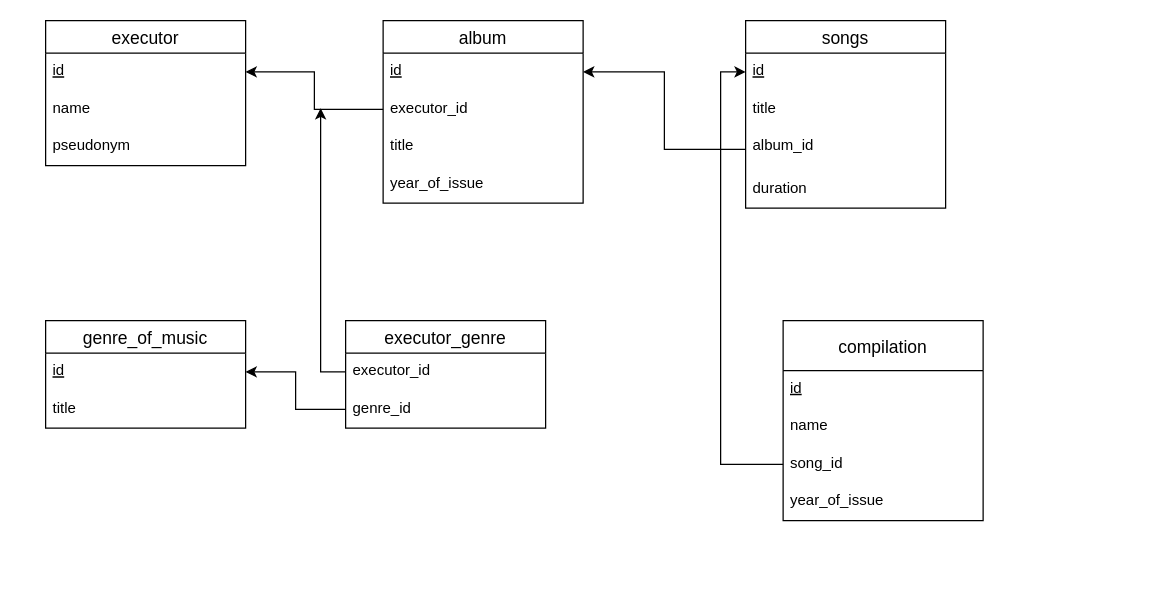
Before: DataBaseHomeWork.drawio in NDmitriyA/SQL_HW, a draw.io diagram. Source tidied: cells renumbered, new cells numbered last; positions are measured from the earlier drawing's top-left corner, leaving out a move shared by most shapes. Both pictures are drawn from the tidied source at 125%, with x=0, y=0 at pixel (45, 20).
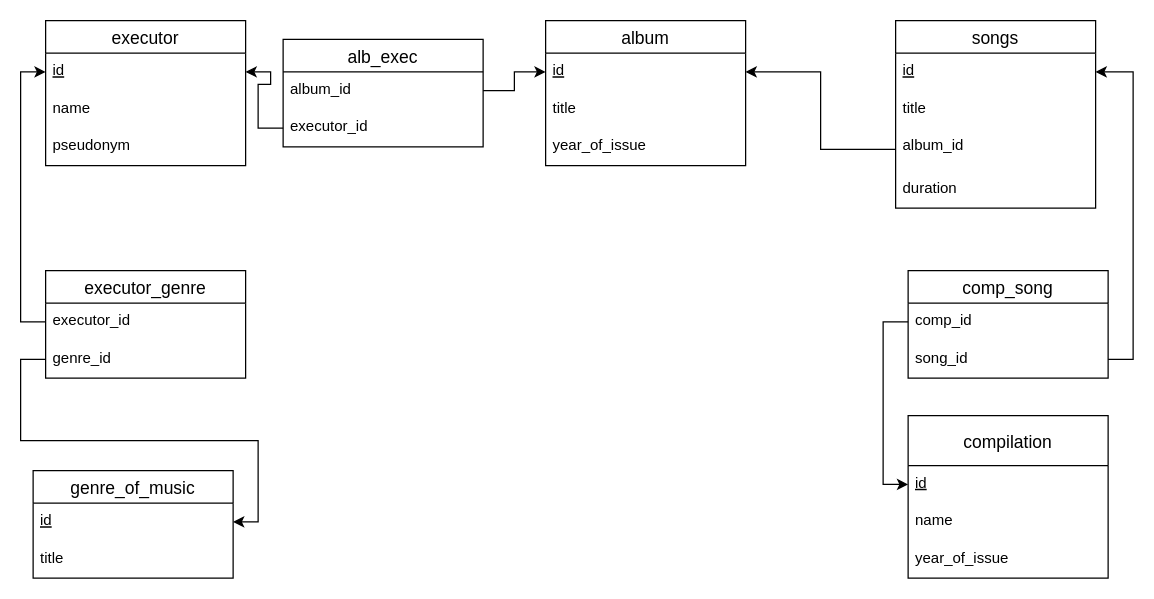
The same diagram, later.

Unchanged cells that the change refers to:
```xml
<mxCell id="3" value="id" style="text;strokeColor=none;fillColor=none;spacingLeft=4;spacingRight=4;overflow=hidden;points=[[0,0.5],[1,0.5]];portConstraint=eastwest;fontSize=12;fontStyle=4;" parent="2" vertex="1">
  <mxGeometry y="26" width="160" height="30" as="geometry" />
</mxCell>
<mxCell id="7" value="id" style="text;strokeColor=none;fillColor=none;spacingLeft=4;spacingRight=4;overflow=hidden;points=[[0,0.5],[1,0.5]];portConstraint=eastwest;fontSize=12;fontStyle=4;" parent="6" vertex="1">
  <mxGeometry y="26" width="160" height="30" as="geometry" />
</mxCell>
<mxCell id="13" value="id" style="text;strokeColor=none;fillColor=none;spacingLeft=4;spacingRight=4;overflow=hidden;points=[[0,0.5],[1,0.5]];portConstraint=eastwest;fontSize=12;fontStyle=4;" parent="12" vertex="1">
  <mxGeometry y="26" width="160" height="30" as="geometry" />
</mxCell>
<mxCell id="15" value="album_id" style="text;strokeColor=none;fillColor=none;spacingLeft=4;spacingRight=4;overflow=hidden;points=[[0,0.5],[1,0.5]];portConstraint=eastwest;fontSize=12;" parent="12" vertex="1">
  <mxGeometry y="86" width="160" height="34" as="geometry" />
</mxCell>
<mxCell id="22" value="id" style="text;strokeColor=none;fillColor=none;spacingLeft=4;spacingRight=4;overflow=hidden;points=[[0,0.5],[1,0.5]];portConstraint=eastwest;fontSize=12;fontStyle=4;" parent="21" vertex="1">
  <mxGeometry y="40" width="160" height="30" as="geometry" />
</mxCell>
<mxCell id="28" value="executor_id" style="text;strokeColor=none;fillColor=none;spacingLeft=4;spacingRight=4;overflow=hidden;points=[[0,0.5],[1,0.5]];portConstraint=eastwest;fontSize=12;" parent="27" vertex="1">
  <mxGeometry y="26" width="160" height="30" as="geometry" />
</mxCell>
```

Change to the diagram source:
```diff
@@
     <mxCell id="6" value="album" style="swimlane;fontStyle=0;horizontal=1;startSize=26;align=center;fontSize=14;" parent="1" vertex="1">
-      <mxGeometry x="270" width="160" height="146" as="geometry" />
+      <mxGeometry x="400" width="160" height="116" as="geometry" />
     </mxCell>
@@
-    <mxCell id="8" value="executor_id" style="text;strokeColor=none;fillColor=none;spacingLeft=4;spacingRight=4;overflow=hidden;points=[[0,0.5],[1,0.5]];portConstraint=eastwest;fontSize=12;" parent="6" vertex="1">
-      <mxGeometry y="56" width="160" height="30" as="geometry" />
-    </mxCell>
     <mxCell id="9" value="title" style="text;strokeColor=none;fillColor=none;spacingLeft=4;spacingRight=4;overflow=hidden;fontSize=12;" parent="6" vertex="1">
-      <mxGeometry y="86" width="160" height="30" as="geometry" />
+      <mxGeometry y="56" width="160" height="30" as="geometry" />
     </mxCell>
     <mxCell id="10" value="year_of_issue" style="text;strokeColor=none;fillColor=none;spacingLeft=4;spacingRight=4;overflow=hidden;fontSize=12;" parent="6" vertex="1">
-      <mxGeometry y="116" width="160" height="30" as="geometry" />
+      <mxGeometry y="86" width="160" height="30" as="geometry" />
     </mxCell>
@@
     <mxCell id="12" value="songs" style="swimlane;fontStyle=0;horizontal=1;startSize=26;align=center;fontSize=14;" parent="1" vertex="1">
-      <mxGeometry x="560" width="160" height="150" as="geometry" />
+      <mxGeometry x="680" width="160" height="150" as="geometry" />
     </mxCell>
@@
-    <mxCell id="17" style="edgeStyle=orthogonalEdgeStyle;rounded=0;jettySize=auto;html=1;exitX=0;exitY=0.5;exitDx=0;exitDy=0;" parent="1" edge="1" source="15" target="7">
-      <mxGeometry relative="1" as="geometry" />
-    </mxCell>
     <mxCell id="18" value="genre_of_music" style="swimlane;fontStyle=0;horizontal=1;startSize=26;align=center;fontSize=14;" parent="1" vertex="1">
-      <mxGeometry y="240" width="160" height="86" as="geometry" />
+      <mxGeometry x="-10" y="360" width="160" height="86" as="geometry" />
     </mxCell>
@@
     <mxCell id="21" value="compilation" style="swimlane;fontStyle=0;horizontal=1;startSize=40;align=center;fontSize=14;" parent="1" vertex="1">
-      <mxGeometry x="590" y="240" width="160" height="160" as="geometry" />
+      <mxGeometry x="690" y="316" width="160" height="130" as="geometry" />
     </mxCell>
@@
-    <mxCell id="24" value="song_id" style="text;strokeColor=none;fillColor=none;spacingLeft=4;spacingRight=4;overflow=hidden;points=[[0,0.5],[1,0.5]];portConstraint=eastwest;fontSize=12;" parent="21" vertex="1">
-      <mxGeometry y="100" width="160" height="30" as="geometry" />
-    </mxCell>
     <mxCell id="25" value="year_of_issue" style="text;strokeColor=none;fillColor=none;spacingLeft=4;spacingRight=4;overflow=hidden;fontSize=12;" parent="21" vertex="1">
-      <mxGeometry y="130" width="160" height="30" as="geometry" />
+      <mxGeometry y="100" width="160" height="30" as="geometry" />
     </mxCell>
-    <mxCell id="26" style="edgeStyle=orthogonalEdgeStyle;rounded=0;jettySize=auto;html=1;exitX=0;exitY=0.5;exitDx=0;exitDy=0;entryX=0;entryY=0.5;entryDx=0;entryDy=0;" parent="1" edge="1" source="24" target="13">
-      <mxGeometry relative="1" as="geometry" />
-    </mxCell>
     <mxCell id="27" value="executor_genre" style="swimlane;fontStyle=0;horizontal=1;startSize=26;align=center;fontSize=14;" parent="1" vertex="1">
-      <mxGeometry x="240" y="240" width="160" height="86" as="geometry" />
+      <mxGeometry y="200" width="160" height="86" as="geometry" />
     </mxCell>
@@
-    <mxCell id="31" style="edgeStyle=orthogonalEdgeStyle;rounded=0;jettySize=auto;html=1;exitX=0;exitY=0.5;exitDx=0;exitDy=0;" parent="1" edge="1" source="28">
-      <mxGeometry relative="1" as="geometry">
-        <mxPoint x="220" y="70" as="targetPoint" />
-      </mxGeometry>
-    </mxCell>
+    <mxCell id="32" style="edgeStyle=orthogonalEdgeStyle;rounded=0;jettySize=auto;html=1;exitX=0;exitY=0.5;exitDx=0;exitDy=0;entryX=0;entryY=0.5;entryDx=0;entryDy=0;" parent="1" edge="1" source="28" target="3">
+      <mxGeometry relative="1" as="geometry" />
+    </mxCell>
+    <mxCell id="33" value="alb_exec" style="swimlane;fontStyle=0;horizontal=1;startSize=26;align=center;fontSize=14;" parent="1" vertex="1">
+      <mxGeometry x="190" y="15" width="160" height="86" as="geometry" />
+    </mxCell>
+    <mxCell id="34" value="album_id" style="text;strokeColor=none;fillColor=none;spacingLeft=4;spacingRight=4;overflow=hidden;points=[[0,0.5],[1,0.5]];portConstraint=eastwest;fontSize=12;" parent="33" vertex="1">
+      <mxGeometry y="26" width="160" height="30" as="geometry" />
+    </mxCell>
+    <mxCell id="8" value="executor_id" style="text;strokeColor=none;fillColor=none;spacingLeft=4;spacingRight=4;overflow=hidden;points=[[0,0.5],[1,0.5]];portConstraint=eastwest;fontSize=12;" parent="33" vertex="1">
+      <mxGeometry y="56" width="160" height="30" as="geometry" />
+    </mxCell>
+    <mxCell id="35" value="comp_song" style="swimlane;fontStyle=0;horizontal=1;startSize=26;align=center;fontSize=14;" parent="1" vertex="1">
+      <mxGeometry x="690" y="200" width="160" height="86" as="geometry" />
+    </mxCell>
+    <mxCell id="36" value="comp_id" style="text;strokeColor=none;fillColor=none;spacingLeft=4;spacingRight=4;overflow=hidden;points=[[0,0.5],[1,0.5]];portConstraint=eastwest;fontSize=12;" parent="35" vertex="1">
+      <mxGeometry y="26" width="160" height="30" as="geometry" />
+    </mxCell>
+    <mxCell id="24" value="song_id" style="text;strokeColor=none;fillColor=none;spacingLeft=4;spacingRight=4;overflow=hidden;points=[[0,0.5],[1,0.5]];portConstraint=eastwest;fontSize=12;" parent="35" vertex="1">
+      <mxGeometry y="56" width="160" height="30" as="geometry" />
+    </mxCell>
+    <mxCell id="17" style="edgeStyle=orthogonalEdgeStyle;rounded=0;jettySize=auto;html=1;exitX=0;exitY=0.5;exitDx=0;exitDy=0;" parent="1" edge="1" source="15" target="7">
+      <mxGeometry relative="1" as="geometry" />
+    </mxCell>
+    <mxCell id="37" style="edgeStyle=orthogonalEdgeStyle;rounded=0;jettySize=auto;html=1;exitX=1;exitY=0.5;exitDx=0;exitDy=0;entryX=0;entryY=0.5;entryDx=0;entryDy=0;" parent="1" edge="1" source="34" target="7">
+      <mxGeometry relative="1" as="geometry" />
+    </mxCell>
+    <mxCell id="38" style="edgeStyle=orthogonalEdgeStyle;rounded=0;jettySize=auto;html=1;exitX=0;exitY=0.5;exitDx=0;exitDy=0;entryX=0;entryY=0.5;entryDx=0;entryDy=0;" parent="1" edge="1" source="36" target="22">
+      <mxGeometry relative="1" as="geometry" />
+    </mxCell>
+    <mxCell id="26" style="edgeStyle=orthogonalEdgeStyle;rounded=0;jettySize=auto;html=1;exitX=1;exitY=0.5;exitDx=0;exitDy=0;entryX=1;entryY=0.5;entryDx=0;entryDy=0;" parent="1" edge="1" source="24" target="13">
+      <mxGeometry relative="1" as="geometry" />
+    </mxCell>
```
